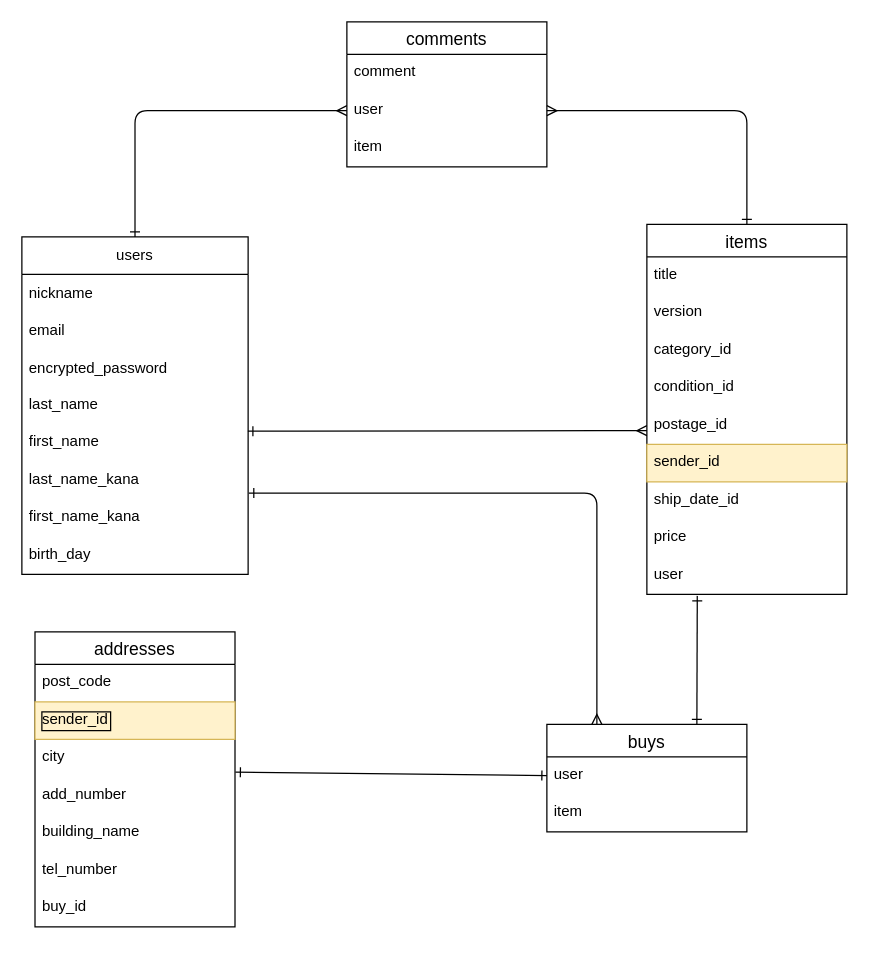
Above: er.dio in kurikinako/furima-39224 (draw.io), before the change. Source tidied: cells renumbered, new cells numbered last; positions are measured from the earlier drawing's top-left corner, leaving out a move shared by most shapes. Both pictures are drawn from the tidied source at 125%, with x=0, y=0 at pixel (21, 21).
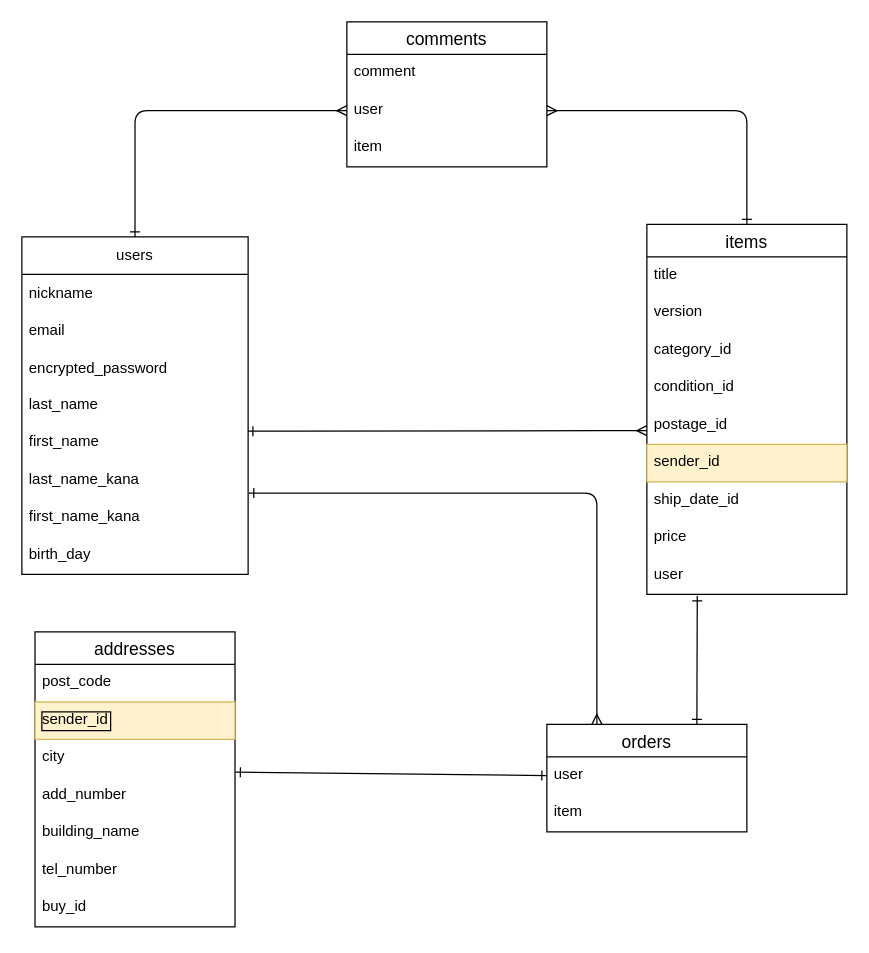
Above is the later version.

Commit message (it also covers changes not shown here):
テーブル名の変更

Diff of the diagram source:
```diff
@@
-    <mxCell id="28" value="buys" style="swimlane;fontStyle=0;horizontal=1;startSize=26;align=center;fontSize=14;" parent="1" vertex="1">
+    <mxCell id="28" value="orders" style="swimlane;fontStyle=0;horizontal=1;startSize=26;align=center;fontSize=14;" parent="1" vertex="1">
       <mxGeometry x="420" y="562" width="160" height="86" as="geometry" />
     </mxCell>
```
